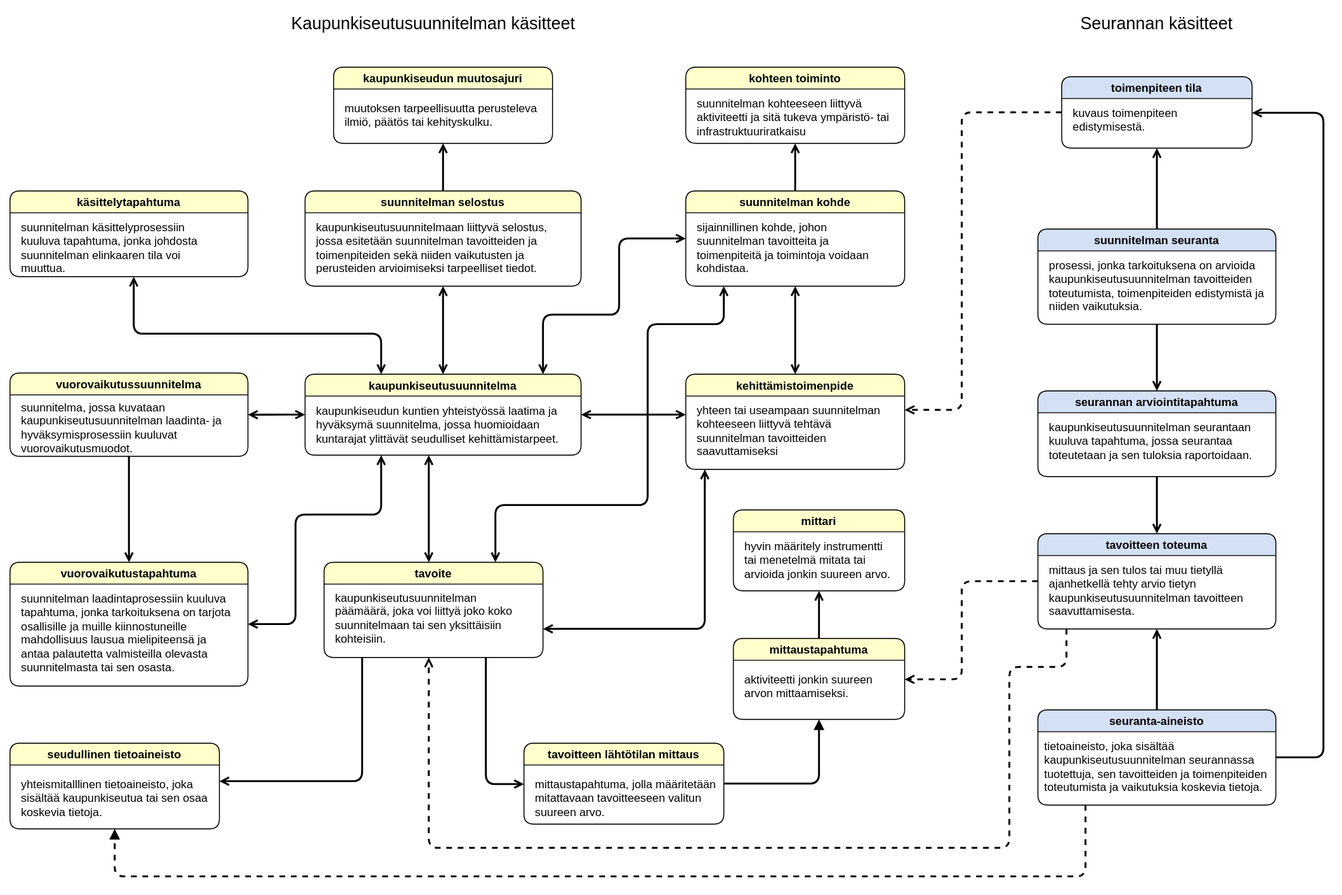
sykefi/kaupunkiseutusuunnitelma keeps this draw.io diagram as kasitemalli/kasitekaavio-ydinkasitteet.svg. Above is the earlier version. Source tidied: cells renumbered, new cells last; positions are measured from the earlier drawing's top-left corner, leaving out a move shared by most shapes.
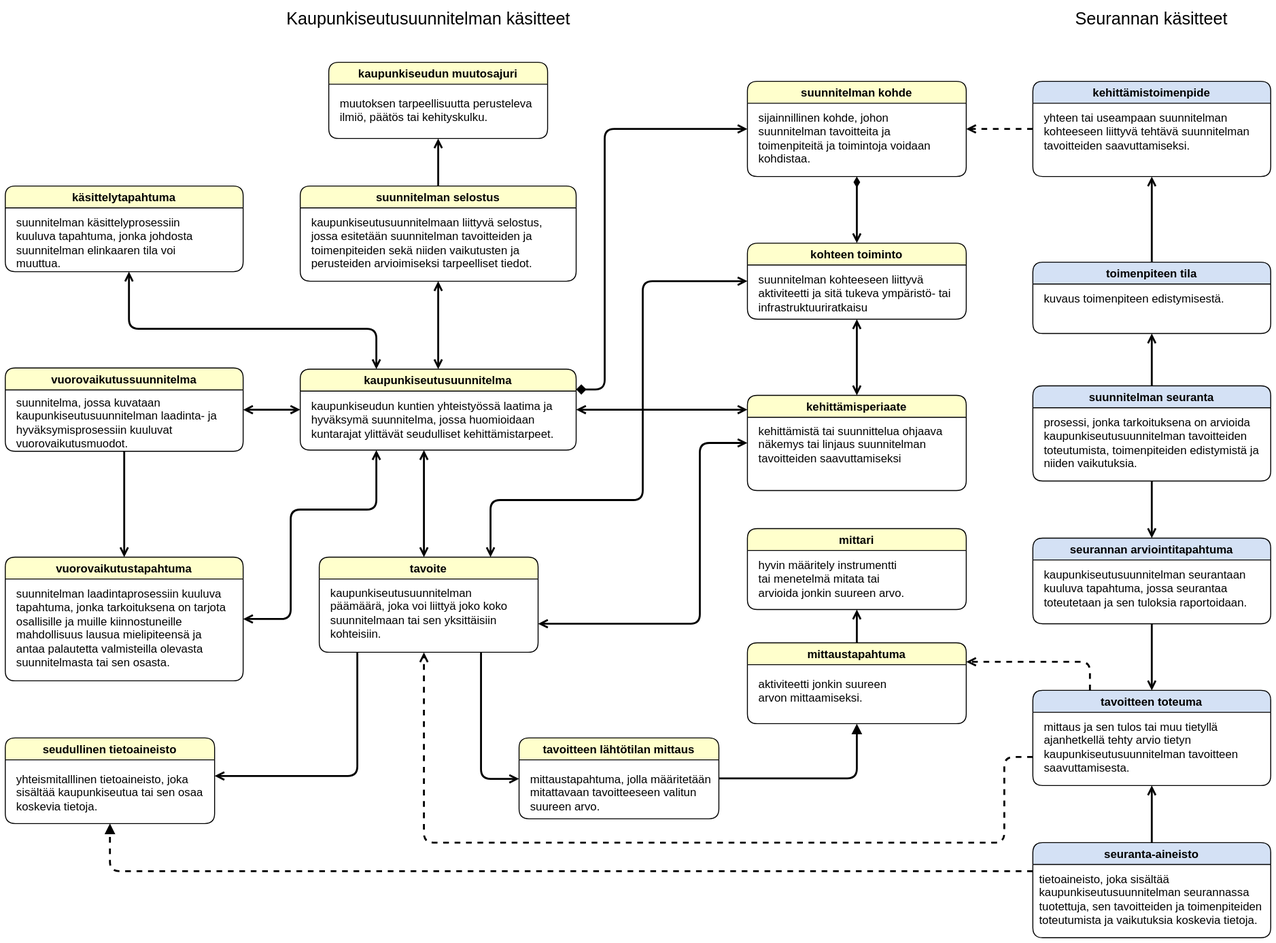
After the commit.

The edit, as a diff of the source:
```diff
@@ -2,12 +2,11 @@
   <root>
     <mxCell id="0" />
     <mxCell id="1" parent="0" />
-    <mxCell id="2" style="edgeStyle=orthogonalEdgeStyle;rounded=1;jettySize=auto;html=1;endArrow=open;endFill=0;strokeWidth=2;startArrow=open;startFill=0;" parent="1" edge="1" source="5" target="8">
+    <mxCell id="2" style="edgeStyle=orthogonalEdgeStyle;rounded=1;jettySize=auto;html=1;endArrow=open;endFill=0;strokeWidth=2;startArrow=diamond;startFill=1;entryX=0;entryY=0.5;entryDx=0;entryDy=0;exitX=1;exitY=0.25;exitDx=0;exitDy=0;" parent="1" edge="1" source="5" target="8">
       <mxGeometry relative="1" as="geometry">
         <Array as="points">
-          <mxPoint x="560" y="320" />
-          <mxPoint x="640" y="320" />
-          <mxPoint x="640" y="240" />
+          <mxPoint x="630" y="404" />
+          <mxPoint x="630" y="130" />
         </Array>
       </mxGeometry>
     </mxCell>
@@ -28,11 +27,16 @@
     <mxCell id="6" value="kaupunkiseudun kuntien yhteistyössä laatima ja hyväksymä suunnitelma, jossa huomioidaan kuntarajat ylittävät seudulliset kehittämistarpeet." style="text;html=1;strokeColor=none;fillColor=none;align=left;verticalAlign=top;whiteSpace=wrap;rounded=1;" parent="5" vertex="1">
       <mxGeometry x="10" y="25" width="260" height="70" as="geometry" />
     </mxCell>
-    <mxCell id="7" style="edgeStyle=orthogonalEdgeStyle;rounded=1;jettySize=auto;html=1;endArrow=open;endFill=0;strokeWidth=2;entryX=0.5;entryY=1;entryDx=0;entryDy=0;" parent="1" edge="1" source="8" target="18">
-      <mxGeometry relative="1" as="geometry" />
+    <mxCell id="7" style="edgeStyle=orthogonalEdgeStyle;rounded=1;jettySize=auto;html=1;endArrow=open;endFill=0;strokeWidth=2;exitX=0.5;exitY=1;exitDx=0;exitDy=0;startArrow=diamondThin;startFill=1;entryX=0.5;entryY=0;entryDx=0;entryDy=0;" parent="1" edge="1" source="8" target="18">
+      <mxGeometry relative="1" as="geometry">
+        <Array as="points">
+          <mxPoint x="895" y="220" />
+          <mxPoint x="895" y="220" />
+        </Array>
+      </mxGeometry>
     </mxCell>
     <mxCell id="8" value="suunnitelman kohde" style="swimlane;startSize=23;rounded=1;fillColor=#FFFFCC;" parent="1" vertex="1">
-      <mxGeometry x="710" y="190" width="230" height="100" as="geometry" />
+      <mxGeometry x="780" y="80" width="230" height="100" as="geometry" />
     </mxCell>
     <mxCell id="9" value="sijainnillinen kohde, johon suunnitelman tavoitteita ja toimenpiteitä ja toimintoja voidaan kohdistaa." style="text;html=1;strokeColor=none;fillColor=none;align=left;verticalAlign=top;whiteSpace=wrap;rounded=1;" parent="8" vertex="1">
       <mxGeometry x="10" y="25" width="210" height="70" as="geometry" />
@@ -44,13 +48,12 @@
         </Array>
       </mxGeometry>
     </mxCell>
-    <mxCell id="11" style="edgeStyle=orthogonalEdgeStyle;rounded=1;jettySize=auto;html=1;startArrow=open;startFill=0;endArrow=open;endFill=0;strokeWidth=2;" parent="1" edge="1" source="12" target="8">
+    <mxCell id="11" style="edgeStyle=orthogonalEdgeStyle;rounded=1;jettySize=auto;html=1;startArrow=open;startFill=0;endArrow=open;endFill=0;strokeWidth=2;entryX=0;entryY=0.5;entryDx=0;entryDy=0;" parent="1" edge="1" source="12" target="18">
       <mxGeometry relative="1" as="geometry">
         <Array as="points">
           <mxPoint x="510" y="520" />
           <mxPoint x="670" y="520" />
-          <mxPoint x="670" y="330" />
-          <mxPoint x="750" y="330" />
+          <mxPoint x="670" y="290" />
         </Array>
       </mxGeometry>
     </mxCell>
@@ -60,10 +63,10 @@
     <mxCell id="13" value="&lt;div&gt;&lt;span style=&quot;background-color: initial;&quot;&gt;kaupunkiseutusuunnitelman päämäärä, joka voi liittyä joko koko suunnitelmaan tai sen yksittäisiin kohteisiin.&lt;/span&gt;&lt;br&gt;&lt;/div&gt;" style="text;html=1;strokeColor=none;fillColor=none;align=left;verticalAlign=top;whiteSpace=wrap;rounded=1;" parent="12" vertex="1">
       <mxGeometry x="10" y="24" width="210" height="70" as="geometry" />
     </mxCell>
-    <mxCell id="14" value="kehittämistoimenpide" style="swimlane;startSize=23;rounded=1;fillColor=#FFFFCC;" parent="1" vertex="1">
-      <mxGeometry x="710" y="382.5" width="230" height="100" as="geometry" />
+    <mxCell id="14" value="kehittämisperiaate" style="swimlane;startSize=23;rounded=1;fillColor=#FFFFCC;" parent="1" vertex="1">
+      <mxGeometry x="780" y="410" width="230" height="100" as="geometry" />
     </mxCell>
-    <mxCell id="15" value="&lt;div&gt;yhteen tai useampaan suunnitelman kohteeseen liittyvä tehtävä suunnitelman tavoitteiden saavuttamiseksi&lt;br&gt;&lt;/div&gt;" style="text;html=1;strokeColor=none;fillColor=none;align=left;verticalAlign=top;whiteSpace=wrap;rounded=1;" parent="14" vertex="1">
+    <mxCell id="15" value="&lt;div&gt;kehittämistä tai suunnittelua ohjaava näkemys tai linjaus suunnitelman tavoitteiden saavuttamiseksi&lt;br&gt;&lt;/div&gt;" style="text;html=1;strokeColor=none;fillColor=none;align=left;verticalAlign=top;whiteSpace=wrap;rounded=1;" parent="14" vertex="1">
       <mxGeometry x="10" y="24" width="210" height="70" as="geometry" />
     </mxCell>
     <mxCell id="16" value="kaupunkiseudun muutosajuri" style="swimlane;startSize=23;rounded=1;fillColor=#FFFFCC;" parent="1" vertex="1">
@@ -73,10 +76,10 @@
       <mxGeometry x="10" y="30" width="210" height="50" as="geometry" />
     </mxCell>
     <mxCell id="18" value="kohteen toiminto" style="swimlane;startSize=23;rounded=1;fillColor=#FFFFCC;arcSize=16;" parent="1" vertex="1">
-      <mxGeometry x="710" y="60" width="230" height="80" as="geometry" />
+      <mxGeometry x="780" y="250" width="230" height="80" as="geometry" />
     </mxCell>
     <mxCell id="19" value="suunnitelman kohteeseen liittyvä aktiviteetti ja sitä tukeva ympäristö- tai infrastruktuuriratkaisu" style="text;html=1;strokeColor=none;fillColor=none;align=left;verticalAlign=top;whiteSpace=wrap;rounded=1;" parent="18" vertex="1">
-      <mxGeometry x="10" y="25" width="210" height="70" as="geometry" />
+      <mxGeometry x="10" y="25" width="210" height="55" as="geometry" />
     </mxCell>
     <mxCell id="20" value="seudullinen tietoaineisto" style="swimlane;startSize=23;rounded=1;fillColor=#FFFFCC;" parent="1" vertex="1">
       <mxGeometry y="770" width="220" height="90" as="geometry" />
@@ -88,13 +91,13 @@
       <mxGeometry relative="1" as="geometry" />
     </mxCell>
     <mxCell id="23" value="mittaustapahtuma" style="swimlane;startSize=23;rounded=1;fillColor=#FFFFCC;" parent="1" vertex="1">
-      <mxGeometry x="760" y="660" width="180" height="85" as="geometry" />
+      <mxGeometry x="780" y="670" width="230" height="85" as="geometry" />
     </mxCell>
     <mxCell id="24" value="&lt;div&gt;aktiviteetti jonkin suureen&amp;nbsp; arvon mittaamiseksi.&lt;br&gt;&lt;/div&gt;" style="text;html=1;strokeColor=none;fillColor=none;align=left;verticalAlign=top;whiteSpace=wrap;rounded=1;" parent="23" vertex="1">
       <mxGeometry x="10" y="30" width="150" height="40" as="geometry" />
     </mxCell>
     <mxCell id="25" value="mittari" style="swimlane;startSize=23;rounded=1;fillColor=#FFFFCC;" parent="1" vertex="1">
-      <mxGeometry x="760" y="525" width="180" height="85" as="geometry" />
+      <mxGeometry x="780" y="550" width="230" height="85" as="geometry" />
     </mxCell>
     <mxCell id="26" value="&lt;div&gt;hyvin määritely instrumentti tai menetelmä mitata tai arvioida jonkin suureen arvo.&lt;br&gt;&lt;/div&gt;" style="text;html=1;strokeColor=none;fillColor=none;align=left;verticalAlign=top;whiteSpace=wrap;rounded=1;" parent="25" vertex="1">
       <mxGeometry x="10" y="25" width="160" height="60" as="geometry" />
@@ -143,11 +146,8 @@
     <mxCell id="36" style="edgeStyle=orthogonalEdgeStyle;rounded=1;jettySize=auto;html=1;startArrow=none;startFill=0;endArrow=open;endFill=0;strokeWidth=2;" parent="1" edge="1" source="38" target="41">
       <mxGeometry relative="1" as="geometry" />
     </mxCell>
-    <mxCell id="37" style="edgeStyle=orthogonalEdgeStyle;rounded=1;jettySize=auto;html=1;startArrow=none;startFill=0;endArrow=open;endFill=0;strokeWidth=2;entryX=0.5;entryY=1;entryDx=0;entryDy=0;" parent="1" edge="1" source="38" target="44">
-      <mxGeometry relative="1" as="geometry" />
-    </mxCell>
     <mxCell id="38" value="suunnitelman seuranta" style="swimlane;startSize=23;rounded=1;fillColor=#D4E1F5;" parent="1" vertex="1">
-      <mxGeometry x="1080" y="230" width="250" height="100" as="geometry" />
+      <mxGeometry x="1080" y="400" width="250" height="100" as="geometry" />
     </mxCell>
     <mxCell id="39" value="&lt;div&gt;prosessi, jonka tarkoituksena on arvioida kaupunkiseutusuunnitelman tavoitteiden toteutumista, toimenpiteiden edistymistä ja niiden vaikutuksia.&lt;br&gt;&lt;/div&gt;" style="text;html=1;strokeColor=none;fillColor=none;align=left;verticalAlign=top;whiteSpace=wrap;rounded=1;" parent="38" vertex="1">
       <mxGeometry x="10" y="25" width="230" height="50" as="geometry" />
@@ -156,30 +156,15 @@
       <mxGeometry relative="1" as="geometry" />
     </mxCell>
     <mxCell id="41" value="seurannan arviointitapahtuma" style="swimlane;startSize=23;rounded=1;fillColor=#D4E1F5;" parent="1" vertex="1">
-      <mxGeometry x="1080" y="400" width="250" height="90" as="geometry" />
+      <mxGeometry x="1080" y="560" width="250" height="90" as="geometry" />
     </mxCell>
     <mxCell id="42" value="&lt;div&gt;&lt;span style=&quot;background-color: initial;&quot;&gt;kaupunkiseutusuunnitelman seurantaan kuuluva tapahtuma, jossa seurantaa toteutetaan ja sen tuloksia raportoidaan.&lt;/span&gt;&lt;br&gt;&lt;/div&gt;" style="text;html=1;strokeColor=none;fillColor=none;align=left;verticalAlign=top;whiteSpace=wrap;rounded=1;" parent="41" vertex="1">
       <mxGeometry x="10" y="25" width="230" height="50" as="geometry" />
     </mxCell>
-    <mxCell id="43" style="edgeStyle=orthogonalEdgeStyle;rounded=1;jettySize=auto;html=1;startArrow=none;startFill=0;endArrow=open;endFill=0;strokeWidth=2;dashed=1;" parent="1" edge="1" source="44" target="14">
-      <mxGeometry relative="1" as="geometry">
-        <Array as="points">
-          <mxPoint x="1000" y="108" />
-          <mxPoint x="1000" y="420" />
-        </Array>
-      </mxGeometry>
-    </mxCell>
-    <mxCell id="44" value="toimenpiteen tila" style="swimlane;startSize=23;rounded=1;fillColor=#D4E1F5;" parent="1" vertex="1">
-      <mxGeometry x="1105" y="70" width="200" height="75" as="geometry" />
-    </mxCell>
-    <mxCell id="45" value="&lt;div&gt;kuvaus toimenpiteen edistymisestä.&lt;br&gt;&lt;/div&gt;" style="text;html=1;strokeColor=none;fillColor=none;align=left;verticalAlign=top;whiteSpace=wrap;rounded=1;" parent="44" vertex="1">
-      <mxGeometry x="10" y="25" width="180" height="35" as="geometry" />
-    </mxCell>
     <mxCell id="46" style="edgeStyle=orthogonalEdgeStyle;rounded=1;jettySize=auto;html=1;startArrow=none;startFill=0;endArrow=open;endFill=0;strokeWidth=2;dashed=1;" parent="1" edge="1" source="48" target="12">
       <mxGeometry relative="1" as="geometry">
         <Array as="points">
-          <mxPoint x="1110" y="690" />
-          <mxPoint x="1050" y="690" />
+          <mxPoint x="1050" y="790" />
           <mxPoint x="1050" y="880" />
           <mxPoint x="440" y="880" />
         </Array>
@@ -188,18 +173,17 @@
     <mxCell id="47" style="edgeStyle=orthogonalEdgeStyle;rounded=1;jettySize=auto;html=1;startArrow=none;startFill=0;endArrow=open;endFill=0;strokeWidth=2;dashed=1;" parent="1" edge="1" source="48" target="23">
       <mxGeometry relative="1" as="geometry">
         <Array as="points">
-          <mxPoint x="1000" y="600" />
-          <mxPoint x="1000" y="703" />
+          <mxPoint x="1140" y="690" />
         </Array>
       </mxGeometry>
     </mxCell>
     <mxCell id="48" value="tavoitteen toteuma" style="swimlane;startSize=23;rounded=1;fillColor=#D4E1F5;" parent="1" vertex="1">
-      <mxGeometry x="1080" y="550" width="250" height="100" as="geometry" />
+      <mxGeometry x="1080" y="720" width="250" height="100" as="geometry" />
     </mxCell>
     <mxCell id="49" value="&lt;div&gt;&lt;span style=&quot;background-color: initial;&quot;&gt;mittaus ja sen tulos tai muu tietyllä ajanhetkellä tehty arvio tietyn kaupunkiseutusuunnitelman tavoitteen saavuttamisesta.&lt;/span&gt;&lt;br&gt;&lt;/div&gt;" style="text;html=1;strokeColor=none;fillColor=none;align=left;verticalAlign=top;whiteSpace=wrap;rounded=1;" parent="48" vertex="1">
       <mxGeometry x="10" y="25" width="230" height="50" as="geometry" />
     </mxCell>
-    <mxCell id="50" style="edgeStyle=orthogonalEdgeStyle;rounded=1;jettySize=auto;html=1;startArrow=open;startFill=0;endArrow=open;endFill=0;strokeWidth=2;" parent="1" edge="1" source="14" target="8">
+    <mxCell id="50" style="edgeStyle=orthogonalEdgeStyle;rounded=1;jettySize=auto;html=1;startArrow=open;startFill=0;endArrow=open;endFill=0;strokeWidth=2;entryX=0.5;entryY=1;entryDx=0;entryDy=0;" parent="1" edge="1" source="14" target="18">
       <mxGeometry relative="1" as="geometry" />
     </mxCell>
     <mxCell id="51" style="edgeStyle=orthogonalEdgeStyle;rounded=1;jettySize=auto;html=1;startArrow=none;startFill=0;endArrow=open;endFill=0;strokeWidth=2;" parent="1" edge="1" source="27" target="16">
@@ -245,16 +229,8 @@
     <mxCell id="61" style="edgeStyle=orthogonalEdgeStyle;rounded=1;jettySize=auto;html=1;startArrow=none;startFill=0;endArrow=open;endFill=0;strokeWidth=2;" parent="1" edge="1" source="63" target="48">
       <mxGeometry relative="1" as="geometry" />
     </mxCell>
-    <mxCell id="62" style="edgeStyle=orthogonalEdgeStyle;rounded=1;jettySize=auto;html=1;startArrow=none;startFill=0;endArrow=open;endFill=0;strokeWidth=2;" parent="1" edge="1" source="63" target="44">
-      <mxGeometry relative="1" as="geometry">
-        <Array as="points">
-          <mxPoint x="1380" y="785" />
-          <mxPoint x="1380" y="108" />
-        </Array>
-      </mxGeometry>
-    </mxCell>
     <mxCell id="63" value="seuranta-aineisto" style="swimlane;startSize=23;rounded=1;fillColor=#D4E1F5;" parent="1" vertex="1">
-      <mxGeometry x="1080" y="735" width="250" height="100" as="geometry" />
+      <mxGeometry x="1080" y="880" width="250" height="100" as="geometry" />
     </mxCell>
     <mxCell id="64" value="&lt;div&gt;tietoaineisto, joka sisältää kaupunkiseutusuunnitelman seurannassa tuotettuja, sen tavoitteiden ja toimenpiteiden toteutumista ja vaikutuksia koskevia tietoja.&lt;br&gt;&lt;/div&gt;" style="text;html=1;strokeColor=none;fillColor=none;align=left;verticalAlign=top;whiteSpace=wrap;rounded=1;" parent="63" vertex="1">
       <mxGeometry x="5" y="25" width="245" height="50" as="geometry" />
@@ -273,5 +249,31 @@
     <mxCell id="67" value="Kaupunkiseutusuunnitelman käsitteet" style="text;html=1;strokeColor=none;fillColor=none;align=center;verticalAlign=middle;whiteSpace=wrap;rounded=0;fontStyle=0;fontSize=18;" parent="1" vertex="1">
       <mxGeometry x="280" width="330" height="30" as="geometry" />
     </mxCell>
+    <mxCell id="68" value="kehittämistoimenpide" style="swimlane;startSize=23;rounded=1;fillColor=#D4E1F5;" parent="1" vertex="1">
+      <mxGeometry x="1080" y="80" width="250" height="100" as="geometry" />
+    </mxCell>
+    <mxCell id="69" value="&lt;div&gt;yhteen tai useampaan suunnitelman kohteeseen liittyvä tehtävä suunnitelman tavoitteiden saavuttamiseksi.&lt;br&gt;&lt;/div&gt;" style="text;html=1;strokeColor=none;fillColor=none;align=left;verticalAlign=top;whiteSpace=wrap;rounded=1;" parent="68" vertex="1">
+      <mxGeometry x="10" y="25" width="230" height="50" as="geometry" />
+    </mxCell>
+    <mxCell id="70" style="edgeStyle=orthogonalEdgeStyle;rounded=1;jettySize=auto;html=1;startArrow=none;startFill=0;endArrow=open;endFill=0;strokeWidth=2;dashed=1;entryX=1;entryY=0.5;entryDx=0;entryDy=0;exitX=0;exitY=0.5;exitDx=0;exitDy=0;" parent="1" edge="1" source="68" target="8">
+      <mxGeometry relative="1" as="geometry" />
+    </mxCell>
+    <mxCell id="44" value="toimenpiteen tila" style="swimlane;startSize=23;rounded=1;fillColor=#D4E1F5;" parent="1" vertex="1">
+      <mxGeometry x="1080" y="270" width="250" height="75" as="geometry" />
+    </mxCell>
+    <mxCell id="45" value="&lt;div&gt;kuvaus toimenpiteen edistymisestä.&lt;br&gt;&lt;/div&gt;" style="text;html=1;strokeColor=none;fillColor=none;align=left;verticalAlign=top;whiteSpace=wrap;rounded=1;" parent="44" vertex="1">
+      <mxGeometry x="10" y="25" width="230" height="50" as="geometry" />
+    </mxCell>
+    <mxCell id="71" style="edgeStyle=orthogonalEdgeStyle;rounded=1;jettySize=auto;html=1;startArrow=none;startFill=0;endArrow=open;endFill=0;strokeWidth=2;exitX=0.5;exitY=0;exitDx=0;exitDy=0;entryX=0.5;entryY=1;entryDx=0;entryDy=0;" parent="1" edge="1" source="44" target="68">
+      <mxGeometry relative="1" as="geometry">
+        <Array as="points">
+          <mxPoint x="1205" y="200" />
+          <mxPoint x="1205" y="200" />
+        </Array>
+      </mxGeometry>
+    </mxCell>
+    <mxCell id="72" style="edgeStyle=orthogonalEdgeStyle;rounded=1;jettySize=auto;html=1;startArrow=none;startFill=0;endArrow=open;endFill=0;strokeWidth=2;entryX=0.5;entryY=1;entryDx=0;entryDy=0;exitX=0.5;exitY=0;exitDx=0;exitDy=0;" parent="1" edge="1" source="38" target="45">
+      <mxGeometry relative="1" as="geometry" />
+    </mxCell>
   </root>
 </mxGraphModel>
```
